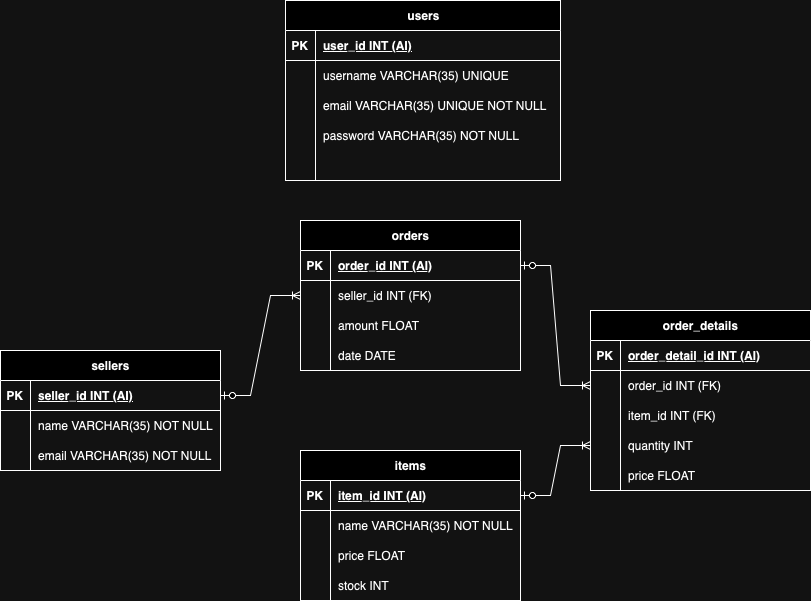
This is ERD.png from tobiasprima/sat, a draw.io export, as it was before one commit. Source tidied: cells renumbered, new cells last; positions are measured from the earlier drawing's top-left corner, leaving out a move shared by most shapes.
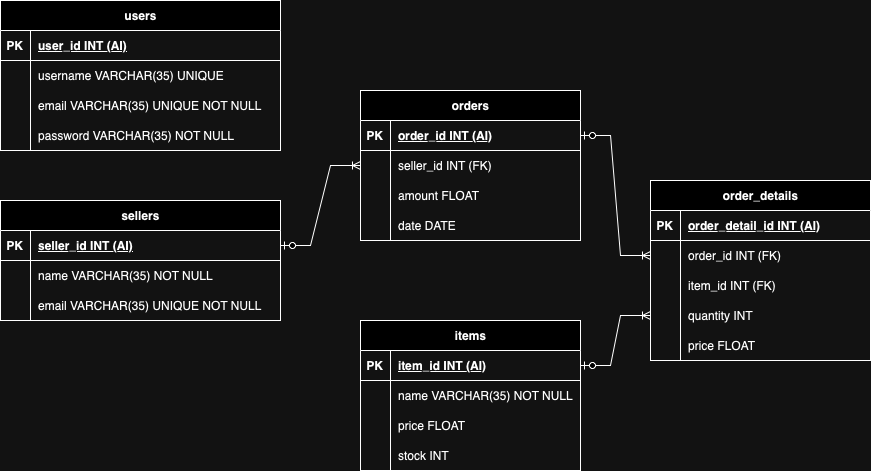
The same diagram one commit later.

Commit message:
feat: add unique constraints for email

Diff of the diagram source:
```diff
@@ -3,34 +3,34 @@
     <mxCell id="0" />
     <mxCell id="1" parent="0" />
     <mxCell id="2" value="sellers" style="shape=table;startSize=30;rowLines=0;fontStyle=1;align=center;html=1;" parent="1" vertex="1">
-      <mxGeometry y="350" width="220" height="120" as="geometry" />
+      <mxGeometry x="-60" y="330" width="280" height="120" as="geometry" />
     </mxCell>
     <mxCell id="3" style="shape=tableRow;horizontal=0;startSize=0;swimlaneHead=0;swimlaneBody=0;fillColor=none;points=[[0,0.5],[1,0.5]];portConstraint=eastwest;top=0;left=0;right=0;bottom=1;" parent="2" vertex="1">
-      <mxGeometry y="30" width="220" height="30" as="geometry" />
+      <mxGeometry y="30" width="280" height="30" as="geometry" />
     </mxCell>
     <mxCell id="4" value="PK" style="shape=partialRectangle;fillColor=none;top=0;left=0;bottom=0;right=0;fontStyle=1;overflow=hidden;whiteSpace=wrap;html=1;" parent="3" vertex="1">
       <mxGeometry width="30" height="30" as="geometry" />
     </mxCell>
     <mxCell id="5" value="seller_id INT (AI)" style="shape=partialRectangle;fillColor=none;top=0;left=0;bottom=0;right=0;align=left;spacingLeft=6;fontStyle=5;overflow=hidden;whiteSpace=wrap;html=1;" parent="3" vertex="1">
-      <mxGeometry x="30" width="190" height="30" as="geometry" />
+      <mxGeometry x="30" width="250" height="30" as="geometry" />
     </mxCell>
     <mxCell id="6" style="shape=tableRow;horizontal=0;startSize=0;swimlaneHead=0;swimlaneBody=0;fillColor=none;top=0;left=0;right=0;bottom=0;" parent="2" vertex="1">
-      <mxGeometry y="60" width="220" height="30" as="geometry" />
+      <mxGeometry y="60" width="280" height="30" as="geometry" />
     </mxCell>
     <mxCell id="7" style="shape=partialRectangle;fillColor=none;top=0;left=0;bottom=0;right=0;overflow=hidden;whiteSpace=wrap;html=1;" parent="6" vertex="1">
       <mxGeometry width="30" height="30" as="geometry" />
     </mxCell>
     <mxCell id="8" value="name VARCHAR(35) NOT NULL" style="shape=partialRectangle;fillColor=none;top=0;left=0;bottom=0;right=0;align=left;spacingLeft=6;overflow=hidden;whiteSpace=wrap;html=1;" parent="6" vertex="1">
-      <mxGeometry x="30" width="190" height="30" as="geometry" />
+      <mxGeometry x="30" width="250" height="30" as="geometry" />
     </mxCell>
     <mxCell id="9" style="shape=tableRow;horizontal=0;startSize=0;swimlaneHead=0;swimlaneBody=0;fillColor=none;top=0;left=0;right=0;bottom=0;" parent="2" vertex="1">
-      <mxGeometry y="90" width="220" height="30" as="geometry" />
+      <mxGeometry y="90" width="280" height="30" as="geometry" />
     </mxCell>
     <mxCell id="10" style="shape=partialRectangle;fillColor=none;top=0;left=0;bottom=0;right=0;overflow=hidden;whiteSpace=wrap;html=1;" parent="9" vertex="1">
       <mxGeometry width="30" height="30" as="geometry" />
     </mxCell>
-    <mxCell id="11" value="email VARCHAR(35) NOT NULL" style="shape=partialRectangle;fillColor=none;top=0;left=0;bottom=0;right=0;align=left;spacingLeft=6;overflow=hidden;whiteSpace=wrap;html=1;" parent="9" vertex="1">
-      <mxGeometry x="30" width="190" height="30" as="geometry" />
+    <mxCell id="11" value="email VARCHAR(35) UNIQUE NOT NULL" style="shape=partialRectangle;fillColor=none;top=0;left=0;bottom=0;right=0;align=left;spacingLeft=6;overflow=hidden;whiteSpace=wrap;html=1;" parent="9" vertex="1">
+      <mxGeometry x="30" width="250" height="30" as="geometry" />
     </mxCell>
     <mxCell id="12" value="items" style="shape=table;startSize=30;rowLines=0;fontStyle=1;align=center;html=1;" parent="1" vertex="1">
       <mxGeometry x="300" y="450" width="220" height="150" as="geometry" />
@@ -168,52 +168,43 @@
       <mxGeometry relative="1" as="geometry" />
     </mxCell>
     <mxCell id="57" value="users" style="shape=table;startSize=30;rowLines=0;fontStyle=1;align=center;html=1;" parent="1" vertex="1">
-      <mxGeometry x="285" width="275" height="180" as="geometry" />
+      <mxGeometry x="-60" y="130" width="280" height="150" as="geometry" />
     </mxCell>
-    <mxCell id="58" style="shape=tableRow;horizontal=0;startSize=0;swimlaneHead=0;swimlaneBody=0;fillColor=none;top=0;left=0;right=0;bottom=1;" parent="57" vertex="1">
-      <mxGeometry y="30" width="275" height="30" as="geometry" />
-    </mxCell>
+    <mxCell id="73" style="shape=tableRow;horizontal=0;startSize=0;swimlaneHead=0;swimlaneBody=0;fillColor=none;top=0;left=0;right=0;bottom=1;" parent="57" vertex="1">
+      <mxGeometry y="30" width="280" height="30" as="geometry" />
+    </mxCell>
-    <mxCell id="59" value="PK" style="shape=partialRectangle;fillColor=none;top=0;left=0;bottom=0;right=0;fontStyle=1;overflow=hidden;whiteSpace=wrap;html=1;" parent="58" vertex="1">
+    <mxCell id="59" value="PK" style="shape=partialRectangle;fillColor=none;top=0;left=0;bottom=0;right=0;fontStyle=1;overflow=hidden;whiteSpace=wrap;html=1;" parent="73" vertex="1">
       <mxGeometry width="30" height="30" as="geometry" />
     </mxCell>
-    <mxCell id="60" value="user_id INT (AI)" style="shape=partialRectangle;fillColor=none;top=0;left=0;bottom=0;right=0;align=left;spacingLeft=6;fontStyle=5;overflow=hidden;whiteSpace=wrap;html=1;" parent="58" vertex="1">
-      <mxGeometry x="30" width="245" height="30" as="geometry" />
+    <mxCell id="60" value="user_id INT (AI)" style="shape=partialRectangle;fillColor=none;top=0;left=0;bottom=0;right=0;align=left;spacingLeft=6;fontStyle=5;overflow=hidden;whiteSpace=wrap;html=1;" parent="73" vertex="1">
+      <mxGeometry x="30" width="250" height="30" as="geometry" />
     </mxCell>
-    <mxCell id="61" style="shape=tableRow;horizontal=0;startSize=0;swimlaneHead=0;swimlaneBody=0;fillColor=none;top=0;left=0;right=0;bottom=0;" parent="57" vertex="1">
-      <mxGeometry y="60" width="275" height="30" as="geometry" />
-    </mxCell>
-    <mxCell id="62" style="shape=partialRectangle;fillColor=none;top=0;left=0;bottom=0;right=0;overflow=hidden;whiteSpace=wrap;html=1;" parent="61" vertex="1">
-      <mxGeometry width="30" height="30" as="geometry" />
-    </mxCell>
+    <mxCell id="74" style="shape=tableRow;horizontal=0;startSize=0;swimlaneHead=0;swimlaneBody=0;fillColor=none;top=0;left=0;right=0;bottom=0;" parent="57" vertex="1">
+      <mxGeometry y="60" width="280" height="30" as="geometry" />
+    </mxCell>
+    <mxCell id="75" style="shape=partialRectangle;fillColor=none;top=0;left=0;bottom=0;right=0;overflow=hidden;whiteSpace=wrap;html=1;" parent="74" vertex="1">
+      <mxGeometry width="30" height="30" as="geometry" />
+    </mxCell>
-    <mxCell id="63" value="username VARCHAR(35) UNIQUE" style="shape=partialRectangle;fillColor=none;top=0;left=0;bottom=0;right=0;align=left;spacingLeft=6;overflow=hidden;whiteSpace=wrap;html=1;" parent="61" vertex="1">
-      <mxGeometry x="30" width="245" height="30" as="geometry" />
+    <mxCell id="63" value="username VARCHAR(35) UNIQUE" style="shape=partialRectangle;fillColor=none;top=0;left=0;bottom=0;right=0;align=left;spacingLeft=6;overflow=hidden;whiteSpace=wrap;html=1;" parent="74" vertex="1">
+      <mxGeometry x="30" width="250" height="30" as="geometry" />
     </mxCell>
-    <mxCell id="64" style="shape=tableRow;horizontal=0;startSize=0;swimlaneHead=0;swimlaneBody=0;fillColor=none;top=0;left=0;right=0;bottom=0;" parent="57" vertex="1">
-      <mxGeometry y="90" width="275" height="30" as="geometry" />
-    </mxCell>
-    <mxCell id="65" style="shape=partialRectangle;fillColor=none;top=0;left=0;bottom=0;right=0;overflow=hidden;whiteSpace=wrap;html=1;" parent="64" vertex="1">
-      <mxGeometry width="30" height="30" as="geometry" />
-    </mxCell>
+    <mxCell id="76" style="shape=tableRow;horizontal=0;startSize=0;swimlaneHead=0;swimlaneBody=0;fillColor=none;top=0;left=0;right=0;bottom=0;" parent="57" vertex="1">
+      <mxGeometry y="90" width="280" height="30" as="geometry" />
+    </mxCell>
+    <mxCell id="77" style="shape=partialRectangle;fillColor=none;top=0;left=0;bottom=0;right=0;overflow=hidden;whiteSpace=wrap;html=1;" parent="76" vertex="1">
+      <mxGeometry width="30" height="30" as="geometry" />
+    </mxCell>
-    <mxCell id="66" value="email VARCHAR(35) UNIQUE NOT NULL" style="shape=partialRectangle;fillColor=none;top=0;left=0;bottom=0;right=0;align=left;spacingLeft=6;overflow=hidden;whiteSpace=wrap;html=1;" parent="64" vertex="1">
-      <mxGeometry x="30" width="245" height="30" as="geometry" />
+    <mxCell id="66" value="email VARCHAR(35) UNIQUE NOT NULL" style="shape=partialRectangle;fillColor=none;top=0;left=0;bottom=0;right=0;align=left;spacingLeft=6;overflow=hidden;whiteSpace=wrap;html=1;" parent="76" vertex="1">
+      <mxGeometry x="30" width="250" height="30" as="geometry" />
     </mxCell>
-    <mxCell id="67" style="shape=tableRow;horizontal=0;startSize=0;swimlaneHead=0;swimlaneBody=0;fillColor=none;top=0;left=0;right=0;bottom=0;" parent="57" vertex="1">
-      <mxGeometry y="120" width="275" height="30" as="geometry" />
-    </mxCell>
-    <mxCell id="68" style="shape=partialRectangle;fillColor=none;top=0;left=0;bottom=0;right=0;overflow=hidden;whiteSpace=wrap;html=1;" parent="67" vertex="1">
-      <mxGeometry width="30" height="30" as="geometry" />
-    </mxCell>
+    <mxCell id="78" style="shape=tableRow;horizontal=0;startSize=0;swimlaneHead=0;swimlaneBody=0;fillColor=none;top=0;left=0;right=0;bottom=0;" parent="57" vertex="1">
+      <mxGeometry y="120" width="280" height="30" as="geometry" />
+    </mxCell>
+    <mxCell id="79" style="shape=partialRectangle;fillColor=none;top=0;left=0;bottom=0;right=0;overflow=hidden;whiteSpace=wrap;html=1;" parent="78" vertex="1">
+      <mxGeometry width="30" height="30" as="geometry" />
+    </mxCell>
-    <mxCell id="69" value="password VARCHAR(35) NOT NULL" style="shape=partialRectangle;fillColor=none;top=0;left=0;bottom=0;right=0;align=left;spacingLeft=6;overflow=hidden;whiteSpace=wrap;html=1;" parent="67" vertex="1">
-      <mxGeometry x="30" width="245" height="30" as="geometry" />
+    <mxCell id="69" value="password VARCHAR(35) NOT NULL" style="shape=partialRectangle;fillColor=none;top=0;left=0;bottom=0;right=0;align=left;spacingLeft=6;overflow=hidden;whiteSpace=wrap;html=1;" parent="78" vertex="1">
+      <mxGeometry x="30" width="250" height="30" as="geometry" />
     </mxCell>
-    <mxCell id="70" style="shape=tableRow;horizontal=0;startSize=0;swimlaneHead=0;swimlaneBody=0;fillColor=none;top=0;left=0;right=0;bottom=0;" parent="57" vertex="1">
-      <mxGeometry y="150" width="275" height="30" as="geometry" />
-    </mxCell>
-    <mxCell id="71" style="shape=partialRectangle;fillColor=none;top=0;left=0;bottom=0;right=0;overflow=hidden;whiteSpace=wrap;html=1;" parent="70" vertex="1">
-      <mxGeometry width="30" height="30" as="geometry" />
-    </mxCell>
-    <mxCell id="72" style="shape=partialRectangle;fillColor=none;top=0;left=0;bottom=0;right=0;align=left;spacingLeft=6;overflow=hidden;whiteSpace=wrap;html=1;" parent="70" vertex="1">
-      <mxGeometry x="30" width="245" height="30" as="geometry" />
-    </mxCell>
   </root>
 </mxGraphModel>
```
